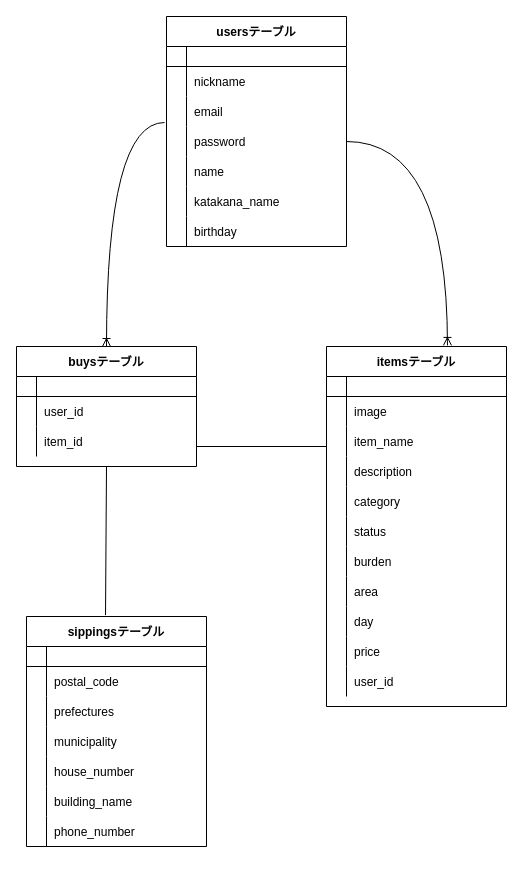
The draw.io diagram test.dio in Ota66/furima-34421, before the edit. Source tidied: cells renumbered, new cells numbered last; positions are measured from the earlier drawing's top-left corner, leaving out a move shared by most shapes. Both pictures are drawn from the tidied source at 100%, with x=0, y=0 at pixel (16, 16).
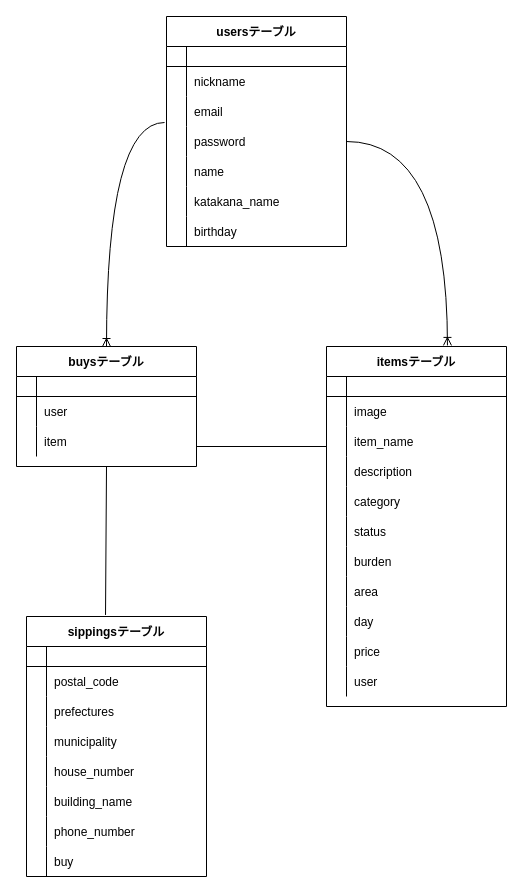
The same diagram, later.

The change refers to these unchanged cells:
```xml
<mxCell id="33" style="shape=partialRectangle;fillColor=none;top=0;left=0;bottom=0;right=0;" parent="2" vertex="1">
  <mxGeometry y="320" width="180" height="30" as="geometry" />
</mxCell>
<mxCell id="40" style="shape=partialRectangle;fillColor=none;top=0;left=0;bottom=0;right=0;" parent="36" vertex="1">
  <mxGeometry y="50" width="180" height="30" as="geometry" />
</mxCell>
<mxCell id="43" style="shape=partialRectangle;fillColor=none;top=0;left=0;bottom=0;right=0;" parent="36" vertex="1">
  <mxGeometry y="80" width="180" height="30" as="geometry" />
</mxCell>
```

Change to the diagram source:
```diff
@@
-    <mxCell id="35" value="user_id" style="shape=partialRectangle;fillColor=none;top=0;left=0;bottom=0;right=0;align=left;spacingLeft=6;overflow=hidden;" parent="33" vertex="1">
+    <mxCell id="35" value="user" style="shape=partialRectangle;fillColor=none;top=0;left=0;bottom=0;right=0;align=left;spacingLeft=6;overflow=hidden;" parent="33" vertex="1">
       <mxGeometry x="20" width="160" height="30" as="geometry" />
     </mxCell>
@@
-    <mxCell id="42" value="user_id" style="shape=partialRectangle;fillColor=none;top=0;left=0;bottom=0;right=0;align=left;spacingLeft=6;overflow=hidden;" parent="40" vertex="1">
+    <mxCell id="42" value="user" style="shape=partialRectangle;fillColor=none;top=0;left=0;bottom=0;right=0;align=left;spacingLeft=6;overflow=hidden;" parent="40" vertex="1">
       <mxGeometry x="20" width="160" height="30" as="geometry" />
     </mxCell>
@@
-    <mxCell id="45" value="item_id" style="shape=partialRectangle;fillColor=none;top=0;left=0;bottom=0;right=0;align=left;spacingLeft=6;overflow=hidden;" parent="43" vertex="1">
+    <mxCell id="45" value="item" style="shape=partialRectangle;fillColor=none;top=0;left=0;bottom=0;right=0;align=left;spacingLeft=6;overflow=hidden;" parent="43" vertex="1">
       <mxGeometry x="20" width="160" height="30" as="geometry" />
     </mxCell>
@@
     <mxCell id="71" value="sippingsテーブル" style="shape=table;startSize=30;childLayout=tableLayout;rowLines=0;fontStyle=1;align=center;" parent="1" vertex="1">
-      <mxGeometry x="10" y="600" width="180" height="230" as="geometry" />
+      <mxGeometry x="10" y="600" width="180" height="260" as="geometry" />
     </mxCell>
@@
+    <mxCell id="94" style="shape=partialRectangle;fillColor=none;top=0;left=0;bottom=0;right=0;" parent="71" vertex="1">
+      <mxGeometry y="230" width="180" height="30" as="geometry" />
+    </mxCell>
+    <mxCell id="95" style="shape=partialRectangle;fillColor=none;top=0;left=0;bottom=0;right=0;overflow=hidden;" parent="94" vertex="1">
+      <mxGeometry width="20" height="30" as="geometry" />
+    </mxCell>
+    <mxCell id="96" value="buy" style="shape=partialRectangle;fillColor=none;top=0;left=0;bottom=0;right=0;align=left;spacingLeft=6;overflow=hidden;" parent="94" vertex="1">
+      <mxGeometry x="20" width="160" height="30" as="geometry" />
+    </mxCell>
```
